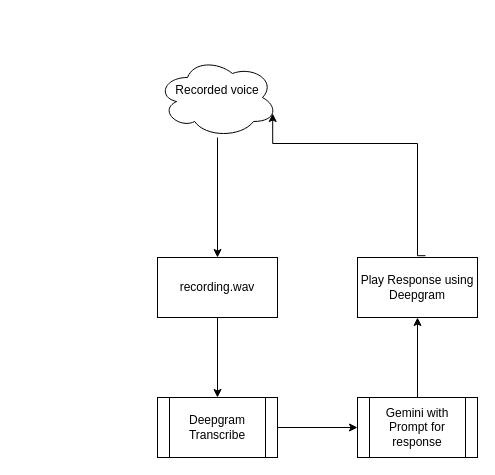
Above: Streamlit.drawio in tinkvu/Speech2Speech (draw.io), before the change. Source tidied: cells renumbered, new cells numbered last; positions are measured from the earlier drawing's top-left corner, leaving out a move shared by most shapes. Both pictures are drawn from the tidied source at 100%, with x=0, y=0 at pixel (157, 57).
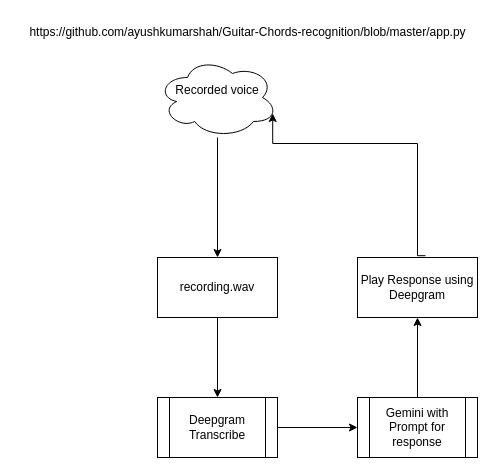
Above is the later version.

What changed in the source:
```diff
@@
 <mxGraphModel>
   <root>
     <mxCell id="0" />
     <mxCell id="1" parent="0" />
     <mxCell id="2" style="edgeStyle=orthogonalEdgeStyle;rounded=0;jettySize=auto;html=1;" parent="1" edge="1" source="3" target="5">
       <mxGeometry relative="1" as="geometry" />
     </mxCell>
     <mxCell id="3" value="Recorded voice&lt;div&gt;&lt;br&gt;&lt;/div&gt;" style="ellipse;shape=cloud;whiteSpace=wrap;html=1;" parent="1" vertex="1">
       <mxGeometry width="120" height="80" as="geometry" />
     </mxCell>
     <mxCell id="4" style="edgeStyle=orthogonalEdgeStyle;rounded=0;jettySize=auto;html=1;" parent="1" edge="1" source="5" target="7">
       <mxGeometry relative="1" as="geometry" />
     </mxCell>
     <mxCell id="5" value="recording.wav" style="whiteSpace=wrap;html=1;" parent="1" vertex="1">
       <mxGeometry y="200" width="120" height="60" as="geometry" />
     </mxCell>
     <mxCell id="6" style="edgeStyle=orthogonalEdgeStyle;rounded=0;jettySize=auto;html=1;" parent="1" edge="1" source="7" target="9">
       <mxGeometry relative="1" as="geometry" />
     </mxCell>
     <mxCell id="7" value="Deepgram Transcribe" style="shape=process;whiteSpace=wrap;html=1;backgroundOutline=1;" parent="1" vertex="1">
       <mxGeometry y="340" width="120" height="60" as="geometry" />
     </mxCell>
     <mxCell id="8" style="edgeStyle=orthogonalEdgeStyle;rounded=0;jettySize=auto;html=1;" parent="1" edge="1" source="9" target="11">
       <mxGeometry relative="1" as="geometry" />
     </mxCell>
     <mxCell id="9" value="Gemini with Prompt for response" style="shape=process;whiteSpace=wrap;html=1;backgroundOutline=1;" parent="1" vertex="1">
       <mxGeometry x="200" y="340" width="120" height="60" as="geometry" />
     </mxCell>
     <mxCell id="10" style="edgeStyle=orthogonalEdgeStyle;rounded=0;jettySize=auto;html=1;entryX=0.96;entryY=0.7;entryDx=0;entryDy=0;entryPerimeter=0;exitX=0.567;exitY=-0.03;exitDx=0;exitDy=0;exitPerimeter=0;" parent="1" edge="1" source="11" target="3">
       <mxGeometry relative="1" as="geometry">
         <Array as="points">
           <mxPoint x="260" y="198" />
           <mxPoint x="260" y="86" />
         </Array>
       </mxGeometry>
     </mxCell>
     <mxCell id="11" value="Play Response using Deepgram" style="whiteSpace=wrap;html=1;" parent="1" vertex="1">
       <mxGeometry x="200" y="200" width="120" height="60" as="geometry" />
     </mxCell>
+    <mxCell id="12" value="https://github.com/ayushkumarshah/Guitar-Chords-recognition/blob/master/app.py" style="text;html=1;align=center;verticalAlign=middle;strokeColor=none;fillColor=none;" parent="1" vertex="1">
+      <mxGeometry x="-140" y="-40" width="460" height="30" as="geometry" />
+    </mxCell>
   </root>
 </mxGraphModel>
```
